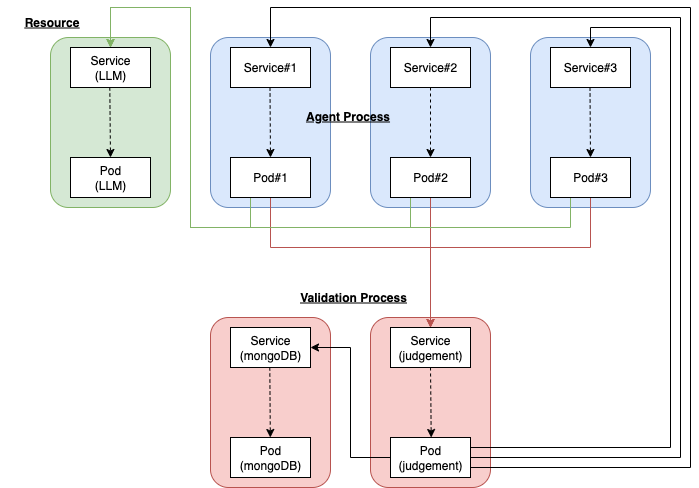
Earlier version of the draw.io export Kubernetes/wordChain.drawio.png (developer-onizuka/Diagrams). Source tidied: cells renumbered, new cells last; positions are measured from the earlier drawing's top-left corner, leaving out a move shared by most shapes.
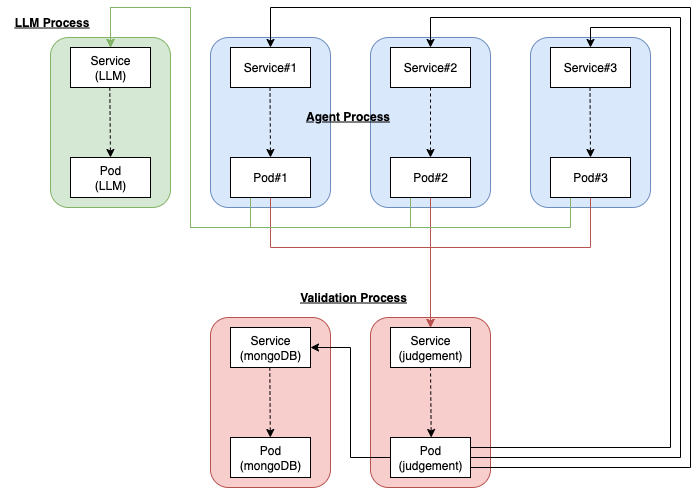
The same file after the commit.

Commit message:
wordChain.drawio.png を更新します

The edit, as a diff of the source:
```diff
@@ -175,7 +175,7 @@
     <mxCell id="38" value="Validation Process" style="text;html=1;align=center;verticalAlign=middle;whiteSpace=wrap;rounded=0;fontStyle=5;" parent="1" vertex="1">
       <mxGeometry x="293" y="275" width="120" height="31" as="geometry" />
     </mxCell>
-    <mxCell id="39" value="Resource" style="text;html=1;align=center;verticalAlign=middle;whiteSpace=wrap;rounded=0;fontStyle=5;" parent="1" vertex="1">
+    <mxCell id="39" value="LLM Process" style="text;html=1;align=center;verticalAlign=middle;whiteSpace=wrap;rounded=0;fontStyle=5;" parent="1" vertex="1">
       <mxGeometry width="103" height="31" as="geometry" />
     </mxCell>
   </root>
```
